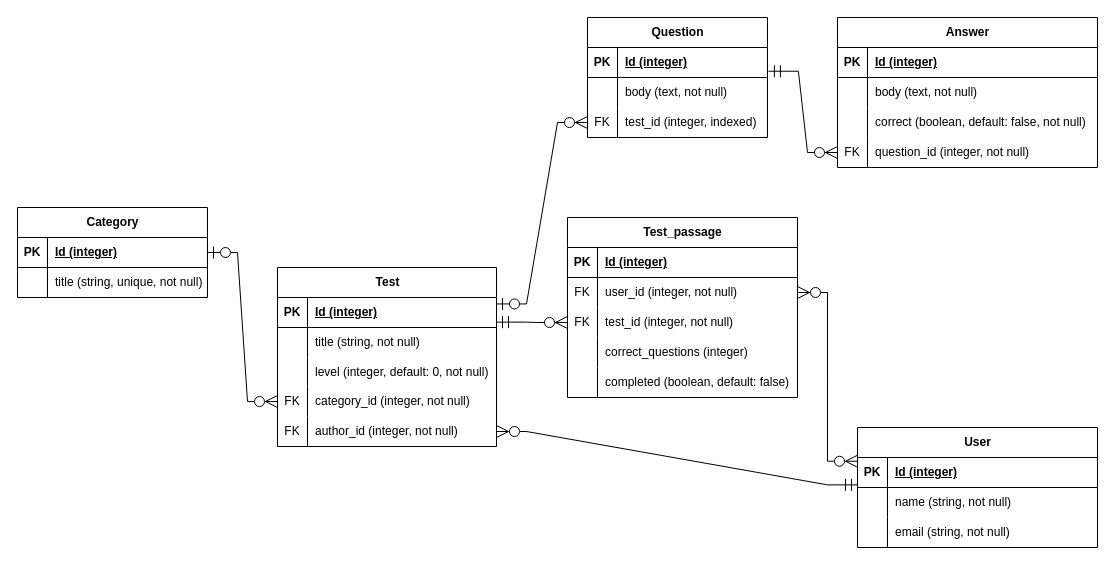
Earlier version of the draw.io diagram Untitled Diagram.drawio (RomaVega/test-guru). Source tidied: cells renumbered, new cells numbered last; positions are measured from the earlier drawing's top-left corner, leaving out a move shared by most shapes. Both pictures are drawn from the tidied source at 100%, with x=0, y=0 at pixel (17, 17).
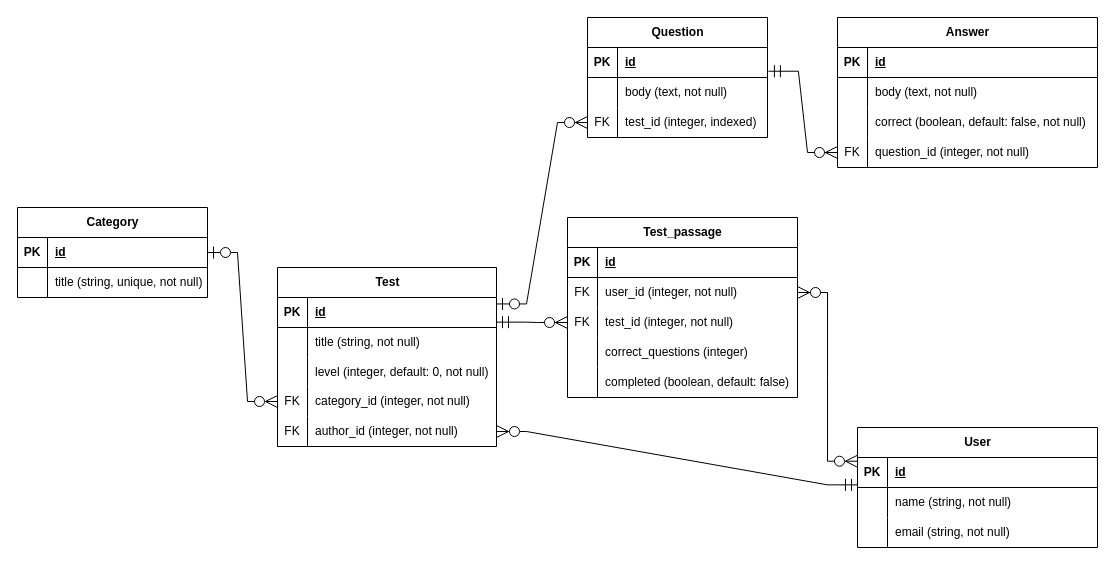
The same page after the edit.

The change refers to these unchanged cells:
```xml
<mxCell id="3" style="shape=tableRow;horizontal=0;startSize=0;swimlaneHead=0;swimlaneBody=0;fillColor=none;points=[[0,0.5],[1,0.5]];portConstraint=eastwest;top=0;left=0;right=0;bottom=1;fontSize=12;" parent="2" vertex="1">
  <mxGeometry y="30" width="190" height="30" as="geometry" />
</mxCell>
<mxCell id="10" style="shape=tableRow;horizontal=0;startSize=0;swimlaneHead=0;swimlaneBody=0;fillColor=none;points=[[0,0.5],[1,0.5]];portConstraint=eastwest;top=0;left=0;right=0;bottom=1;fontSize=12;" parent="9" vertex="1">
  <mxGeometry y="30" width="219" height="30" as="geometry" />
</mxCell>
<mxCell id="27" style="shape=tableRow;horizontal=0;startSize=0;swimlaneHead=0;swimlaneBody=0;fillColor=none;points=[[0,0.5],[1,0.5]];portConstraint=eastwest;top=0;left=0;right=0;bottom=1;fontSize=12;" parent="26" vertex="1">
  <mxGeometry y="30" width="180" height="30" as="geometry" />
</mxCell>
<mxCell id="37" style="shape=tableRow;horizontal=0;startSize=0;swimlaneHead=0;swimlaneBody=0;fillColor=none;points=[[0,0.5],[1,0.5]];portConstraint=eastwest;top=0;left=0;right=0;bottom=1;fontSize=12;" parent="36" vertex="1">
  <mxGeometry y="30" width="240" height="30" as="geometry" />
</mxCell>
<mxCell id="47" style="shape=tableRow;horizontal=0;startSize=0;swimlaneHead=0;swimlaneBody=0;fillColor=none;top=0;left=0;right=0;bottom=1;fontSize=12;" parent="46" vertex="1">
  <mxGeometry y="30" width="230" height="30" as="geometry" />
</mxCell>
<mxCell id="63" style="shape=tableRow;horizontal=0;startSize=0;swimlaneHead=0;swimlaneBody=0;fillColor=none;top=0;left=0;right=0;bottom=1;fontSize=12;" parent="62" vertex="1">
  <mxGeometry y="30" width="260" height="30" as="geometry" />
</mxCell>
```

The edit, as a diff of the source:
```diff
@@
-    <mxCell id="5" value="Id (integer)" style="shape=partialRectangle;fillColor=none;top=0;left=0;bottom=0;right=0;align=left;spacingLeft=6;fontStyle=5;overflow=hidden;whiteSpace=wrap;html=1;fontSize=12;" parent="3" vertex="1">
+    <mxCell id="5" value="id" style="shape=partialRectangle;fillColor=none;top=0;left=0;bottom=0;right=0;align=left;spacingLeft=6;fontStyle=5;overflow=hidden;whiteSpace=wrap;html=1;fontSize=12;" parent="3" vertex="1">
       <mxGeometry x="30" width="160" height="30" as="geometry" />
     </mxCell>
@@
-    <mxCell id="12" value="Id (integer)" style="shape=partialRectangle;fillColor=none;top=0;left=0;bottom=0;right=0;align=left;spacingLeft=6;fontStyle=5;overflow=hidden;whiteSpace=wrap;html=1;fontSize=12;" parent="10" vertex="1">
+    <mxCell id="12" value="id" style="shape=partialRectangle;fillColor=none;top=0;left=0;bottom=0;right=0;align=left;spacingLeft=6;fontStyle=5;overflow=hidden;whiteSpace=wrap;html=1;fontSize=12;" parent="10" vertex="1">
       <mxGeometry x="30" width="189" height="30" as="geometry" />
     </mxCell>
@@
-    <mxCell id="29" value="Id (integer)" style="shape=partialRectangle;fillColor=none;top=0;left=0;bottom=0;right=0;align=left;spacingLeft=6;fontStyle=5;overflow=hidden;whiteSpace=wrap;html=1;fontSize=12;" parent="27" vertex="1">
+    <mxCell id="29" value="id" style="shape=partialRectangle;fillColor=none;top=0;left=0;bottom=0;right=0;align=left;spacingLeft=6;fontStyle=5;overflow=hidden;whiteSpace=wrap;html=1;fontSize=12;" parent="27" vertex="1">
       <mxGeometry x="30" width="150" height="30" as="geometry" />
     </mxCell>
@@
-    <mxCell id="39" value="Id (integer)" style="shape=partialRectangle;fillColor=none;top=0;left=0;bottom=0;right=0;align=left;spacingLeft=6;fontStyle=5;overflow=hidden;whiteSpace=wrap;html=1;fontSize=12;" parent="37" vertex="1">
+    <mxCell id="39" value="id" style="shape=partialRectangle;fillColor=none;top=0;left=0;bottom=0;right=0;align=left;spacingLeft=6;fontStyle=5;overflow=hidden;whiteSpace=wrap;html=1;fontSize=12;" parent="37" vertex="1">
       <mxGeometry x="30" width="210" height="30" as="geometry" />
     </mxCell>
@@
-    <mxCell id="49" value="Id (integer)" style="shape=partialRectangle;fillColor=none;top=0;left=0;bottom=0;right=0;align=left;spacingLeft=6;fontStyle=5;overflow=hidden;whiteSpace=wrap;html=1;fontSize=12;" parent="47" vertex="1">
+    <mxCell id="49" value="id" style="shape=partialRectangle;fillColor=none;top=0;left=0;bottom=0;right=0;align=left;spacingLeft=6;fontStyle=5;overflow=hidden;whiteSpace=wrap;html=1;fontSize=12;" parent="47" vertex="1">
       <mxGeometry x="30" width="200" height="30" as="geometry" />
     </mxCell>
@@
-    <mxCell id="65" value="Id (integer)" style="shape=partialRectangle;fillColor=none;top=0;left=0;bottom=0;right=0;align=left;spacingLeft=6;fontStyle=5;overflow=hidden;whiteSpace=wrap;html=1;fontSize=12;" parent="63" vertex="1">
+    <mxCell id="65" value="id" style="shape=partialRectangle;fillColor=none;top=0;left=0;bottom=0;right=0;align=left;spacingLeft=6;fontStyle=5;overflow=hidden;whiteSpace=wrap;html=1;fontSize=12;" parent="63" vertex="1">
       <mxGeometry x="30" width="230" height="30" as="geometry" />
     </mxCell>
```
